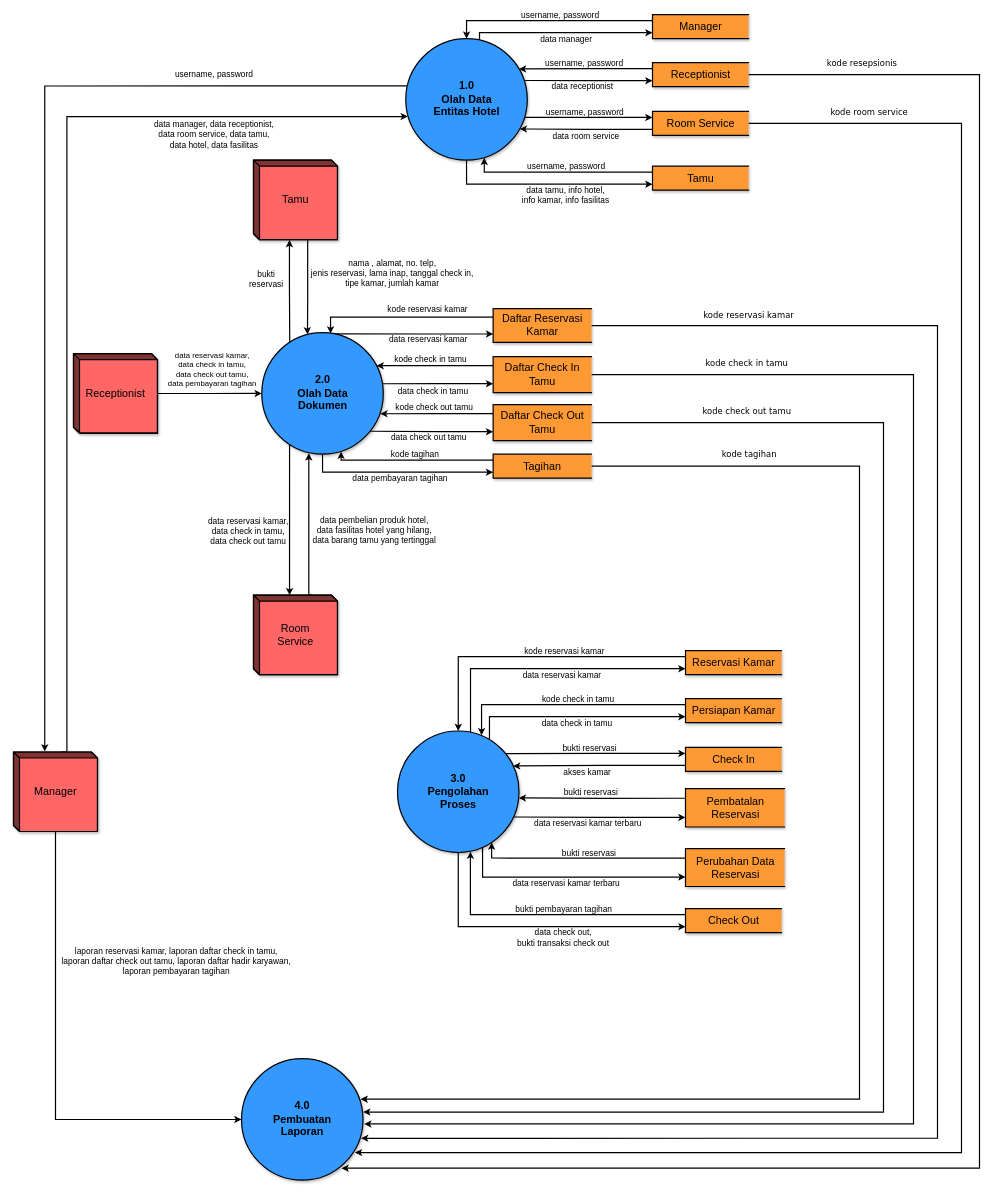
trueazp/System-Design-Analysis keeps this draw.io diagram as page "DFD LVL 1" (3 of 3) of Sistem Pemesanan Kamar Hotel - Data Flow Diagram.drawio. Above is the earlier version. Source tidied: cells renumbered, new cells numbered last; positions are measured from the earlier drawing's top-left corner, leaving out a move shared by most shapes. Both pictures are drawn from the tidied source at 60%, with x=0, y=0 at pixel (13, 14).
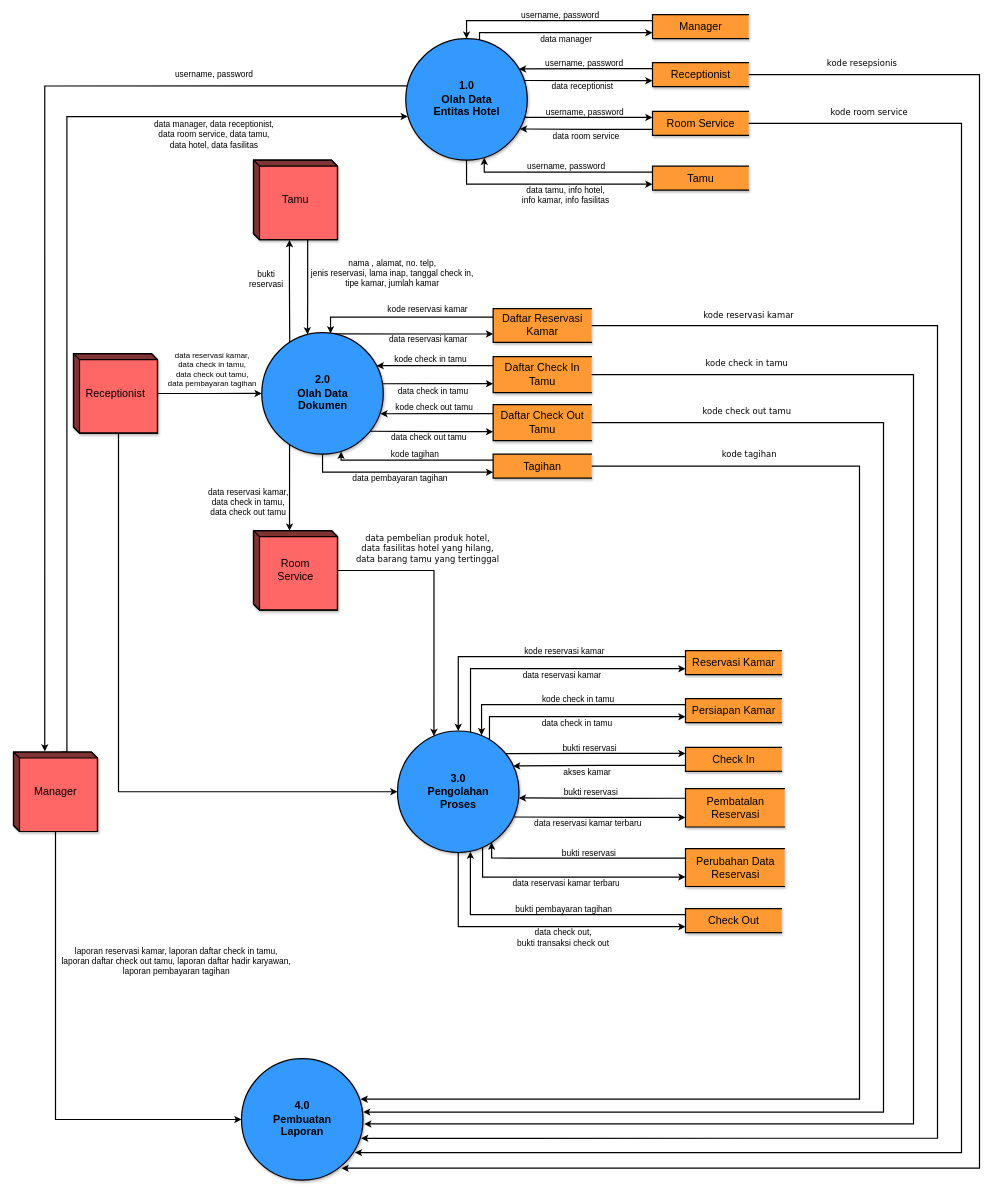
Above is the later version.

The change refers to these unchanged cells:
```xml
<mxCell id="9" value="2.0&lt;br style=&quot;font-size: 18px&quot;&gt;Olah Data &lt;br&gt;Dokumen" style="shape=ellipse;html=1;dashed=0;whitespace=wrap;perimeter=ellipsePerimeter;shadow=1;labelBackgroundColor=none;fontFamily=Helvetica;fontSize=18;strokeWidth=2;fillColor=#3399FF;align=center;fontStyle=1;" parent="1" vertex="1">
  <mxGeometry x="413.8" y="530" width="202.5" height="202.5" as="geometry" />
</mxCell>
<mxCell id="70" value="Receptionist" style="html=1;dashed=0;whitespace=wrap;shape=mxgraph.dfd.externalEntity;shadow=1;labelBackgroundColor=none;fontFamily=Helvetica;fontSize=18;strokeWidth=2;fillColor=#FF6666;align=center;whiteSpace=wrap;" parent="1" vertex="1">
  <mxGeometry x="100" y="565" width="140" height="132.5" as="geometry" />
</mxCell>
<mxCell id="77" value="3.0&lt;br style=&quot;font-size: 18px&quot;&gt;Pengolahan &lt;br&gt;Proses" style="shape=ellipse;html=1;dashed=0;whitespace=wrap;perimeter=ellipsePerimeter;shadow=1;labelBackgroundColor=none;fontFamily=Helvetica;fontSize=18;strokeWidth=2;fillColor=#3399FF;align=center;fontStyle=1;" parent="1" vertex="1">
  <mxGeometry x="640" y="1193.8" width="202.5" height="202.5" as="geometry" />
</mxCell>
```

What changed in the source:
```diff
@@
+    <mxCell id="108" style="edgeStyle=orthogonalEdgeStyle;rounded=0;jettySize=auto;html=1;entryX=0;entryY=0.5;entryDx=0;entryDy=0;fontFamily=Verdana;fontSize=13;startArrow=none;startFill=0;endArrow=classic;endFill=1;strokeWidth=2;exitX=0;exitY=0;exitDx=75;exitDy=132.5;exitPerimeter=0;" parent="1" edge="1" source="70" target="77">
+      <mxGeometry relative="1" as="geometry" />
+    </mxCell>
@@
-    <mxCell id="71" style="edgeStyle=orthogonalEdgeStyle;rounded=0;jettySize=auto;html=1;exitX=0;exitY=0;exitDx=97.5;exitDy=0;exitPerimeter=0;fontFamily=Helvetica;fontSize=10;startArrow=none;startFill=0;endArrow=classic;endFill=1;strokeWidth=2;entryX=0.387;entryY=0.992;entryDx=0;entryDy=0;entryPerimeter=0;" parent="1" edge="1" source="75" target="9">
-      <mxGeometry relative="1" as="geometry">
-        <Array as="points">
-          <mxPoint x="492" y="968" />
-        </Array>
-      </mxGeometry>
-    </mxCell>
-    <mxCell id="72" value="data pembelian produk hotel, &lt;br style=&quot;font-size: 14px;&quot;&gt;data fasilitas hotel yang hilang, &lt;br style=&quot;font-size: 14px;&quot;&gt;data barang tamu yang tertinggal" style="edgeLabel;html=1;align=center;verticalAlign=middle;fontSize=14;fontFamily=Helvetica;labelBackgroundColor=none;" parent="71" vertex="1">
-      <mxGeometry x="-0.1" y="-1" relative="1" as="geometry">
-        <mxPoint x="107" y="-5" as="offset" />
-      </mxGeometry>
-    </mxCell>
@@
+    <mxCell id="109" style="edgeStyle=orthogonalEdgeStyle;rounded=0;jettySize=auto;html=1;entryX=0.3;entryY=0.042;entryDx=0;entryDy=0;entryPerimeter=0;fontFamily=Verdana;fontSize=11;startArrow=none;startFill=0;endArrow=classic;endFill=1;strokeWidth=2;" parent="1" edge="1" source="75" target="77">
+      <mxGeometry relative="1" as="geometry" />
+    </mxCell>
+    <mxCell id="72" value="data pembelian produk hotel, &lt;br style=&quot;font-size: 14px;&quot;&gt;data fasilitas hotel yang hilang, &lt;br style=&quot;font-size: 14px;&quot;&gt;data barang tamu yang tertinggal" style="edgeLabel;html=1;align=center;verticalAlign=middle;fontSize=14;fontFamily=Verdana;" parent="109" vertex="1">
+      <mxGeometry x="-0.21" y="-3" relative="1" as="geometry">
+        <mxPoint x="-8" y="-49" as="offset" />
+      </mxGeometry>
+    </mxCell>
     <mxCell id="75" value="Room &lt;br style=&quot;font-size: 18px;&quot;&gt;Service" style="html=1;dashed=0;whitespace=wrap;shape=mxgraph.dfd.externalEntity;shadow=1;labelBackgroundColor=none;fontFamily=Helvetica;fontSize=18;strokeWidth=2;fillColor=#FF6666;align=center;whiteSpace=wrap;" parent="1" vertex="1">
-      <mxGeometry x="400" y="967.5" width="140" height="132.5" as="geometry" />
+      <mxGeometry x="400" y="860" width="140" height="132.5" as="geometry" />
     </mxCell>
```
